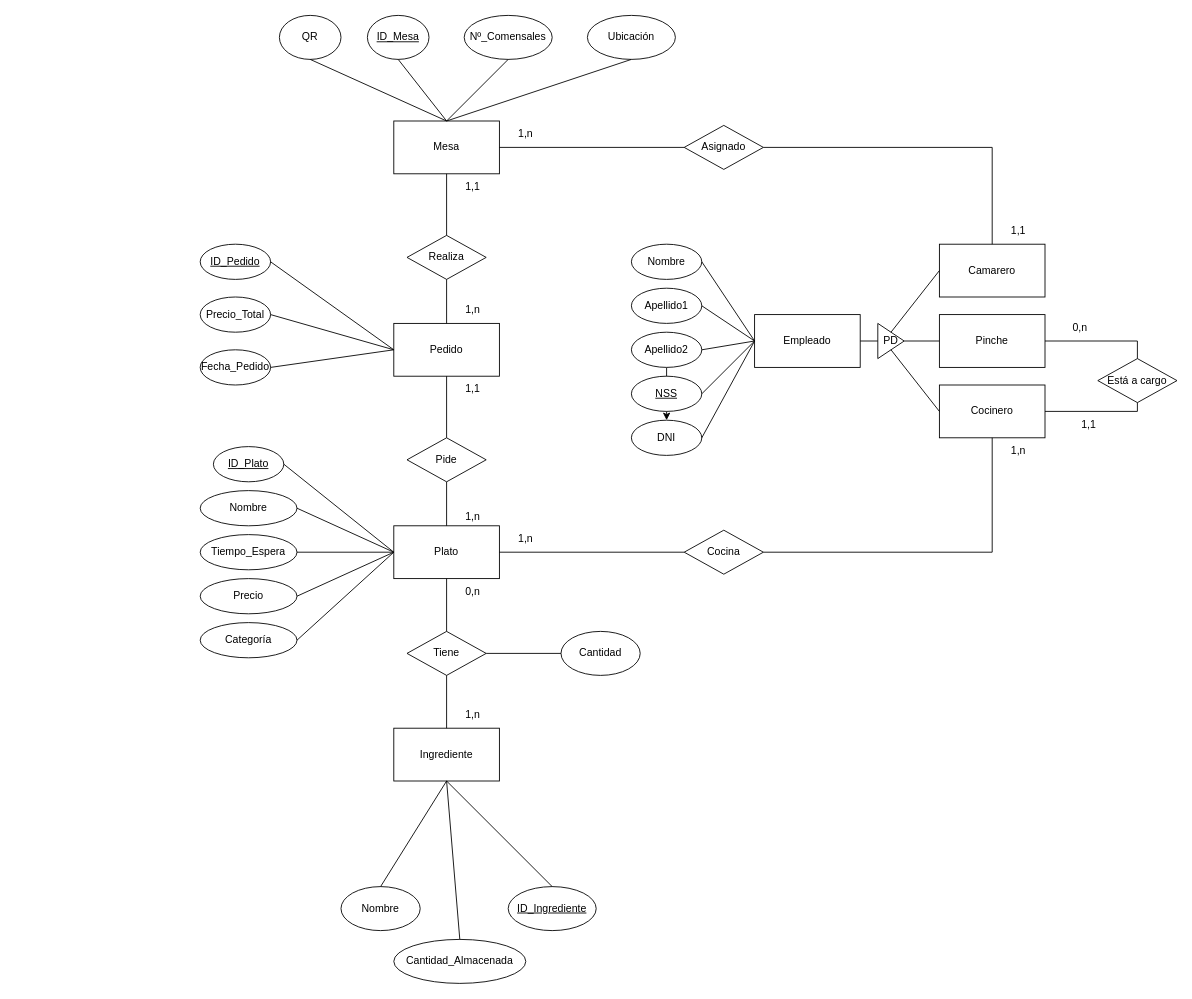
This is Base-De-Datos/DelightFood.drawio from IshimiG/delightfood, a draw.io file, before an edit. Source tidied: cells renumbered, new cells numbered last; positions are measured from the earlier drawing's top-left corner, leaving out a move shared by most shapes. Both pictures are drawn from the tidied source at 88%, with x=0, y=0 at pixel (200, 15).
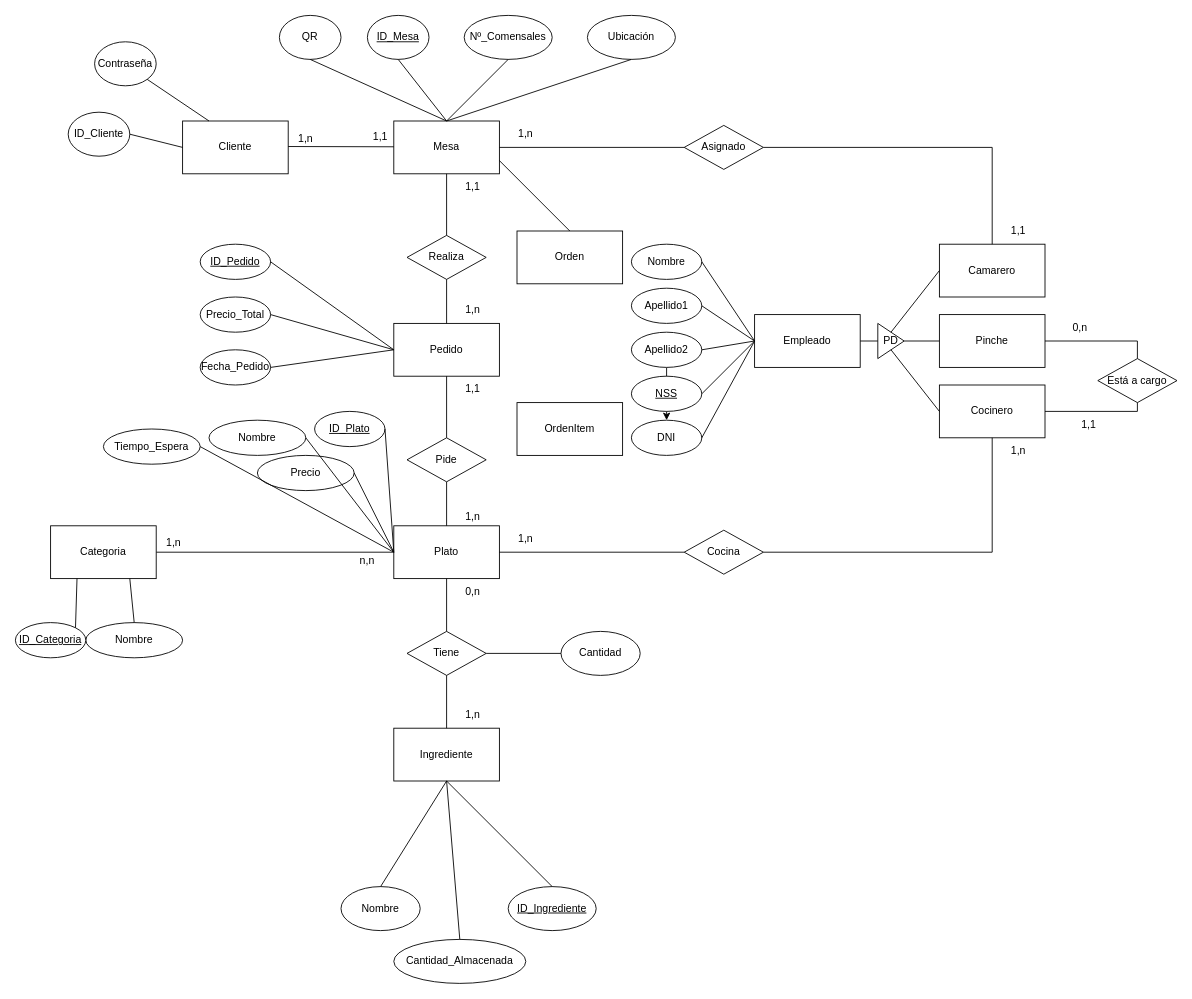
Above is the later version.

Unchanged cells that the change refers to:
```xml
<mxCell id="2" value="Mesa" style="rounded=0;whiteSpace=wrap;html=1;" parent="1" vertex="1">
  <mxGeometry x="220" y="120" width="120" height="60" as="geometry" />
</mxCell>
<mxCell id="4" value="Plato" style="rounded=0;whiteSpace=wrap;html=1;" parent="1" vertex="1">
  <mxGeometry x="220" y="580" width="120" height="60" as="geometry" />
</mxCell>
```

Diff of the diagram source:
```diff
@@
     <mxCell id="59" value="Tiempo_Espera" style="ellipse;whiteSpace=wrap;html=1;" parent="1" vertex="1">
-      <mxGeometry y="590" width="110" height="40" as="geometry" />
+      <mxGeometry x="-110" y="470" width="110" height="40" as="geometry" />
     </mxCell>
     <mxCell id="60" value="Nombre" style="ellipse;whiteSpace=wrap;html=1;" parent="1" vertex="1">
-      <mxGeometry y="540" width="110" height="40" as="geometry" />
+      <mxGeometry x="10" y="460" width="110" height="40" as="geometry" />
     </mxCell>
     <mxCell id="61" value="Precio" style="ellipse;whiteSpace=wrap;html=1;" parent="1" vertex="1">
-      <mxGeometry y="640" width="110" height="40" as="geometry" />
+      <mxGeometry x="65" y="500" width="110" height="40" as="geometry" />
     </mxCell>
@@
-    <mxCell id="66" value="Categoría" style="ellipse;whiteSpace=wrap;html=1;" parent="1" vertex="1">
-      <mxGeometry y="690" width="110" height="40" as="geometry" />
-    </mxCell>
@@
     <mxCell id="68" value="ID_Plato" style="ellipse;whiteSpace=wrap;html=1;fontStyle=4;" parent="1" vertex="1">
-      <mxGeometry x="15" y="490" width="80" height="40" as="geometry" />
+      <mxGeometry x="130" y="450" width="80" height="40" as="geometry" />
     </mxCell>
@@
-    <mxCell id="87" style="endArrow=none;html=1;rounded=0;exitX=1;exitY=0.5;exitDx=0;exitDy=0;entryX=0;entryY=0.5;entryDx=0;entryDy=0;" parent="1" edge="1" source="66" target="4">
+    <mxCell id="87" style="endArrow=none;html=1;rounded=0;exitX=1;exitY=0.5;exitDx=0;exitDy=0;entryX=0;entryY=0.5;entryDx=0;entryDy=0;" parent="1" edge="1" source="96" target="4">
       <mxGeometry relative="1" as="geometry" />
     </mxCell>
+    <mxCell id="88" value="Cliente" style="rounded=0;whiteSpace=wrap;html=1;" parent="1" vertex="1">
+      <mxGeometry x="-20" y="120" width="120" height="60" as="geometry" />
+    </mxCell>
+    <mxCell id="89" style="endArrow=none;html=1;rounded=0;entryX=0;entryY=0.5;entryDx=0;entryDy=0;" parent="1" edge="1">
+      <mxGeometry relative="1" as="geometry">
+        <mxPoint x="100" y="149" as="sourcePoint" />
+        <mxPoint x="220" y="149.3" as="targetPoint" />
+      </mxGeometry>
+    </mxCell>
+    <mxCell id="90" value="Contraseña" style="ellipse;whiteSpace=wrap;html=1;" parent="1" vertex="1">
+      <mxGeometry x="-120" y="30" width="70" height="50" as="geometry" />
+    </mxCell>
+    <mxCell id="91" value="ID_C&lt;span style=&quot;background-color: initial;&quot;&gt;liente&lt;/span&gt;" style="ellipse;whiteSpace=wrap;html=1;" parent="1" vertex="1">
+      <mxGeometry x="-150" y="110" width="70" height="50" as="geometry" />
+    </mxCell>
+    <mxCell id="92" style="endArrow=none;html=1;rounded=0;entryX=0;entryY=0.5;entryDx=0;entryDy=0;exitX=1;exitY=0.5;exitDx=0;exitDy=0;" parent="1" edge="1" source="91" target="88">
+      <mxGeometry relative="1" as="geometry" />
+    </mxCell>
+    <mxCell id="93" style="endArrow=none;html=1;rounded=0;entryX=0.25;entryY=0;entryDx=0;entryDy=0;exitX=1;exitY=1;exitDx=0;exitDy=0;" parent="1" edge="1" source="90" target="88">
+      <mxGeometry relative="1" as="geometry" />
+    </mxCell>
+    <mxCell id="94" value="1,n" style="text;html=1;align=center;verticalAlign=middle;whiteSpace=wrap;rounded=0;" parent="1" vertex="1">
+      <mxGeometry x="90" y="125" width="60" height="30" as="geometry" />
+    </mxCell>
+    <mxCell id="95" value="1,1" style="text;html=1;align=center;verticalAlign=middle;whiteSpace=wrap;rounded=0;" parent="1" vertex="1">
+      <mxGeometry x="175" y="125" width="60" height="25" as="geometry" />
+    </mxCell>
+    <mxCell id="96" value="Categori&lt;span style=&quot;background-color: initial;&quot;&gt;a&lt;/span&gt;" style="rounded=0;whiteSpace=wrap;html=1;" parent="1" vertex="1">
+      <mxGeometry x="-170" y="580" width="120" height="60" as="geometry" />
+    </mxCell>
+    <mxCell id="97" value="Nombre" style="ellipse;whiteSpace=wrap;html=1;" parent="1" vertex="1">
+      <mxGeometry x="-130" y="690" width="110" height="40" as="geometry" />
+    </mxCell>
+    <mxCell id="98" value="ID_Categoria" style="ellipse;whiteSpace=wrap;html=1;fontStyle=4;" parent="1" vertex="1">
+      <mxGeometry x="-210" y="690" width="80" height="40" as="geometry" />
+    </mxCell>
+    <mxCell id="99" style="endArrow=none;html=1;rounded=0;exitX=0.75;exitY=1;exitDx=0;exitDy=0;entryX=0.5;entryY=0;entryDx=0;entryDy=0;" parent="1" edge="1" source="96" target="97">
+      <mxGeometry relative="1" as="geometry" />
+    </mxCell>
+    <mxCell id="100" style="endArrow=none;html=1;rounded=0;exitX=0.25;exitY=1;exitDx=0;exitDy=0;entryX=1;entryY=0;entryDx=0;entryDy=0;" parent="1" edge="1" source="96" target="98">
+      <mxGeometry relative="1" as="geometry" />
+    </mxCell>
+    <mxCell id="101" value="1,n" style="text;html=1;align=center;verticalAlign=middle;whiteSpace=wrap;rounded=0;" parent="1" vertex="1">
+      <mxGeometry x="-60" y="585" width="60" height="30" as="geometry" />
+    </mxCell>
+    <mxCell id="102" value="n,n" style="text;html=1;align=center;verticalAlign=middle;whiteSpace=wrap;rounded=0;" parent="1" vertex="1">
+      <mxGeometry x="160" y="605" width="60" height="30" as="geometry" />
+    </mxCell>
+    <mxCell id="103" value="Orden" style="rounded=0;whiteSpace=wrap;html=1;" parent="1" vertex="1">
+      <mxGeometry x="360" y="245" width="120" height="60" as="geometry" />
+    </mxCell>
+    <mxCell id="104" value="OrdenItem" style="rounded=0;whiteSpace=wrap;html=1;" parent="1" vertex="1">
+      <mxGeometry x="360" y="440" width="120" height="60" as="geometry" />
+    </mxCell>
+    <mxCell id="105" style="endArrow=none;html=1;rounded=0;entryX=1;entryY=0.75;entryDx=0;entryDy=0;exitX=0.5;exitY=0;exitDx=0;exitDy=0;" parent="1" edge="1" source="103" target="2">
+      <mxGeometry relative="1" as="geometry" />
+    </mxCell>
```
